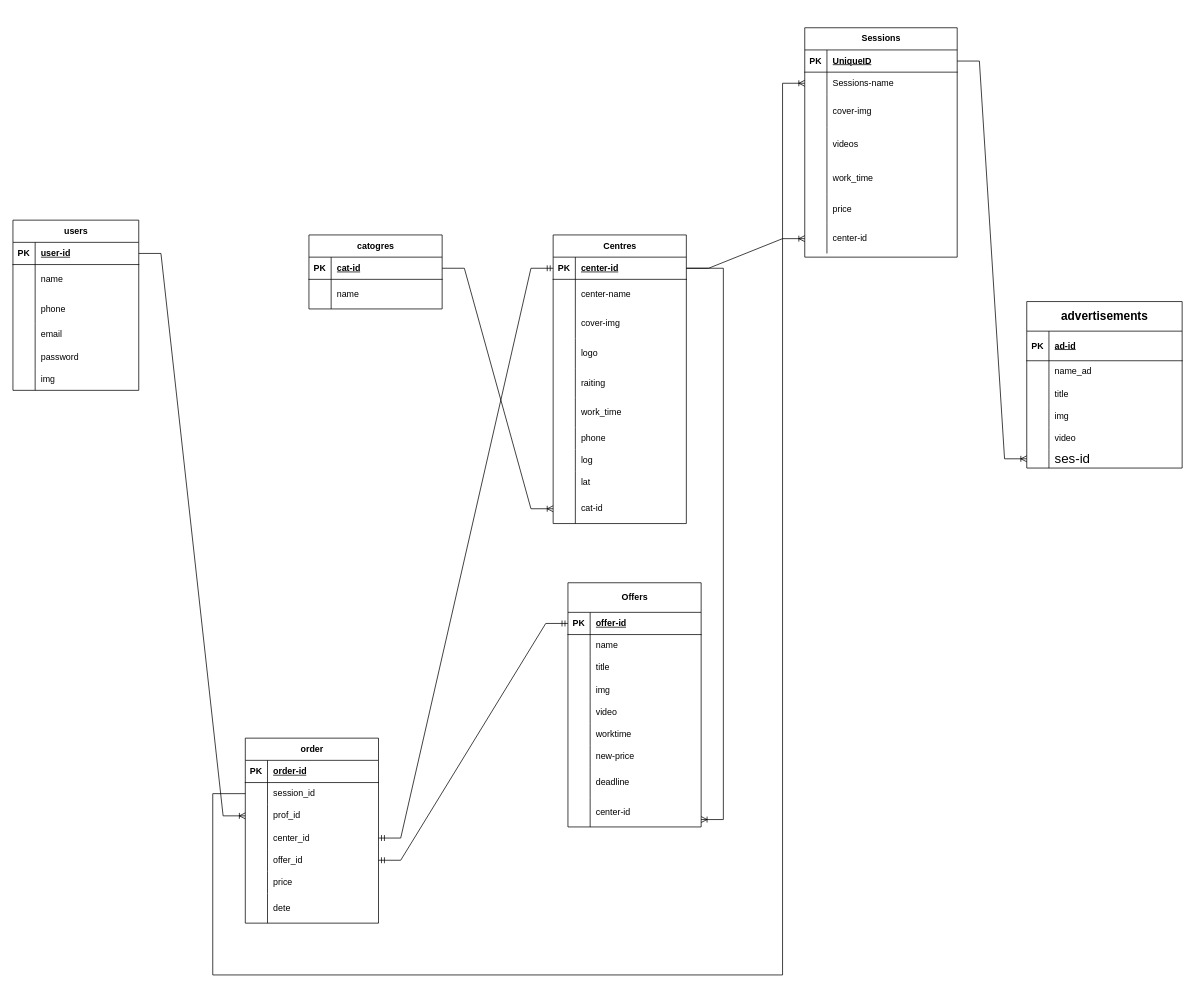
Earlier version of the draw.io diagram backend.drawio (SAFAWI0/My-Center). Source tidied: cells renumbered, new cells numbered last; positions are measured from the earlier drawing's top-left corner, leaving out a move shared by most shapes. Both pictures are drawn from the tidied source at 74%, with x=0, y=0 at pixel (13, 27).
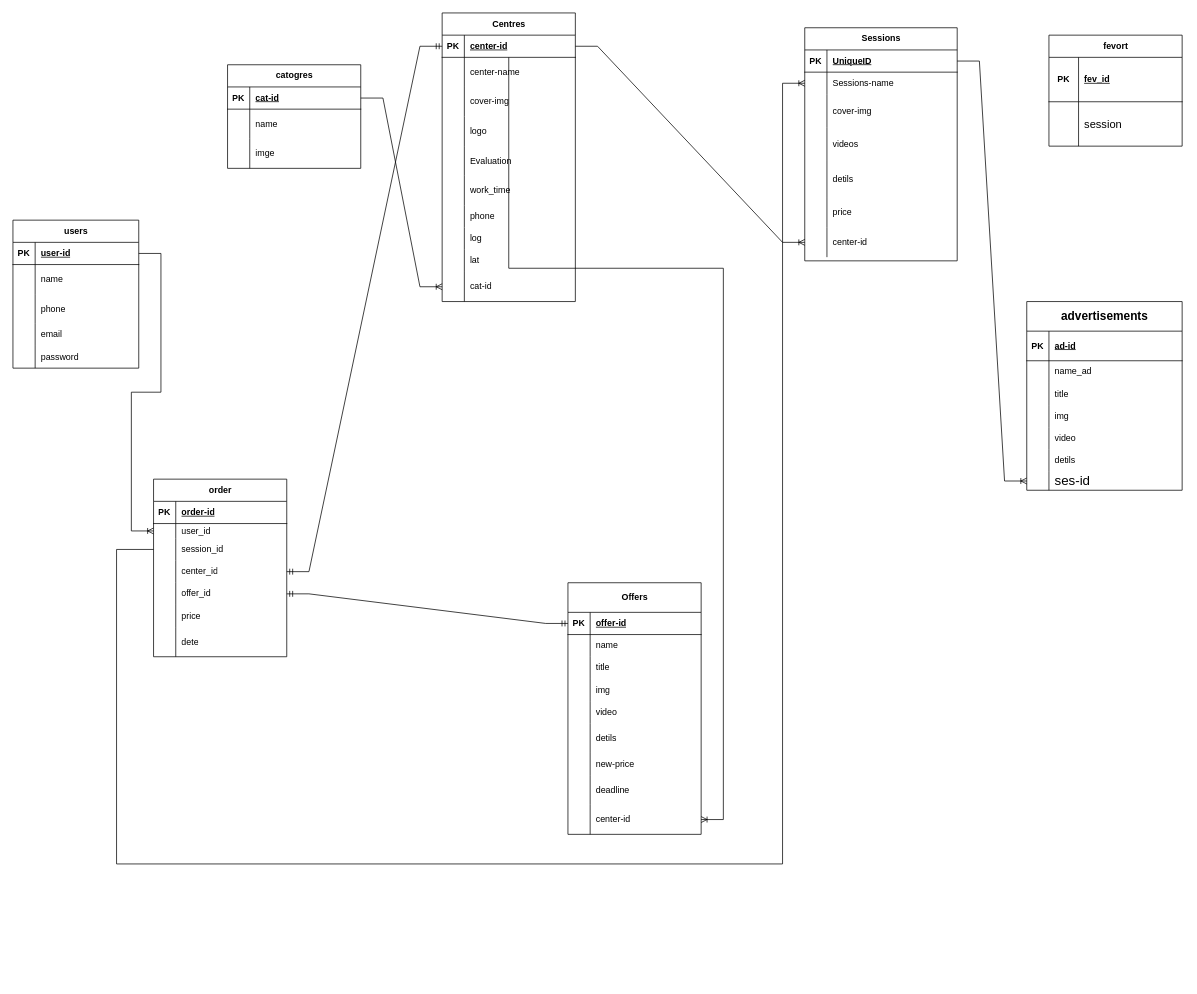
Above is the later version.

Unchanged cells that the change refers to:
```xml
<mxCell id="41" style="shape=tableRow;horizontal=0;startSize=0;swimlaneHead=0;swimlaneBody=0;fillColor=none;top=0;left=0;right=0;bottom=0;" parent="28" vertex="1">
  <mxGeometry y="180" width="180" height="40" as="geometry" />
</mxCell>
<mxCell id="63" style="shape=tableRow;horizontal=0;startSize=0;swimlaneHead=0;swimlaneBody=0;fillColor=none;points=[[0,0.5],[1,0.5]];portConstraint=eastwest;top=0;left=0;right=0;bottom=0;" parent="59" vertex="1">
  <mxGeometry y="60" width="206" height="30" as="geometry" />
</mxCell>
```

Change to the diagram source:
```diff
@@
     <mxCell id="2" value="users" style="shape=table;startSize=30;childLayout=tableLayout;rowLines=0;fontStyle=1;align=center;html=1;" parent="1" vertex="1">
-      <mxGeometry y="260" width="170" height="230" as="geometry" />
+      <mxGeometry y="260" width="170" height="200" as="geometry" />
     </mxCell>
@@
-    <mxCell id="18" style="shape=tableRow;horizontal=0;startSize=0;swimlaneHead=0;swimlaneBody=0;fillColor=none;top=0;left=0;right=0;bottom=0;" parent="2" vertex="1">
-      <mxGeometry y="200" width="170" height="30" as="geometry" />
-    </mxCell>
-    <mxCell id="19" style="shape=partialRectangle;fillColor=none;top=0;left=0;bottom=0;right=0;overflow=hidden;whiteSpace=wrap;html=1;" parent="18" vertex="1">
-      <mxGeometry width="30" height="30" as="geometry" />
-    </mxCell>
-    <mxCell id="20" value="img" style="shape=partialRectangle;fillColor=none;top=0;left=0;bottom=0;right=0;align=left;spacingLeft=6;overflow=hidden;whiteSpace=wrap;html=1;" parent="18" vertex="1">
-      <mxGeometry x="30" width="140" height="30" as="geometry" />
-    </mxCell>
     <mxCell id="21" value="catogres" style="shape=table;startSize=30;childLayout=tableLayout;rowLines=0;fontStyle=1;align=center;html=1;" parent="1" vertex="1">
-      <mxGeometry x="400" y="280" width="180" height="100" as="geometry" />
+      <mxGeometry x="290" y="50" width="180" height="140" as="geometry" />
     </mxCell>
@@
+    <mxCell id="158" style="shape=tableRow;horizontal=0;startSize=0;swimlaneHead=0;swimlaneBody=0;fillColor=none;top=0;left=0;right=0;bottom=0;" parent="21" vertex="1">
+      <mxGeometry y="100" width="180" height="40" as="geometry" />
+    </mxCell>
+    <mxCell id="159" style="shape=partialRectangle;fillColor=none;top=0;left=0;bottom=0;right=0;overflow=hidden;whiteSpace=wrap;html=1;" parent="158" vertex="1">
+      <mxGeometry width="30" height="40" as="geometry" />
+    </mxCell>
+    <mxCell id="160" value="imge" style="shape=partialRectangle;fillColor=none;top=0;left=0;bottom=0;right=0;align=left;spacingLeft=6;overflow=hidden;whiteSpace=wrap;html=1;" parent="158" vertex="1">
+      <mxGeometry x="30" width="150" height="40" as="geometry" />
+    </mxCell>
     <mxCell id="28" value="Centres" style="shape=table;startSize=30;childLayout=tableLayout;rowLines=0;fontStyle=1;align=center;html=1;" parent="1" vertex="1">
-      <mxGeometry x="730" y="280" width="180" height="390" as="geometry" />
+      <mxGeometry x="580" y="-20" width="180" height="390" as="geometry" />
     </mxCell>
@@
-    <mxCell id="43" value="raiting" style="shape=partialRectangle;fillColor=none;top=0;left=0;bottom=0;right=0;align=left;spacingLeft=6;overflow=hidden;whiteSpace=wrap;html=1;" parent="41" vertex="1">
+    <mxCell id="43" value="Evaluation" style="shape=partialRectangle;fillColor=none;top=0;left=0;bottom=0;right=0;align=left;spacingLeft=6;overflow=hidden;whiteSpace=wrap;html=1;" parent="41" vertex="1">
       <mxGeometry x="30" width="150" height="40" as="geometry" />
     </mxCell>
@@
     <mxCell id="59" value="Sessions" style="shape=table;startSize=30;childLayout=tableLayout;rowLines=0;fontStyle=1;align=center;html=1;" parent="1" vertex="1">
-      <mxGeometry x="1070" width="206" height="310" as="geometry" />
+      <mxGeometry x="1070" width="206" height="315" as="geometry" />
     </mxCell>
@@
     <mxCell id="72" style="shape=tableRow;horizontal=0;startSize=0;swimlaneHead=0;swimlaneBody=0;fillColor=none;top=0;left=0;right=0;bottom=0;" parent="59" vertex="1">
-      <mxGeometry y="180" width="206" height="45" as="geometry" />
+      <mxGeometry y="180" width="206" height="50" as="geometry" />
     </mxCell>
     <mxCell id="73" style="shape=partialRectangle;fillColor=none;top=0;left=0;bottom=0;right=0;overflow=hidden;whiteSpace=wrap;html=1;" parent="72" vertex="1">
-      <mxGeometry width="30" height="45" as="geometry" />
+      <mxGeometry width="30" height="50" as="geometry" />
     </mxCell>
-    <mxCell id="74" value="work_time" style="shape=partialRectangle;fillColor=none;top=0;left=0;bottom=0;right=0;align=left;spacingLeft=6;overflow=hidden;whiteSpace=wrap;html=1;" parent="72" vertex="1">
-      <mxGeometry x="30" width="176" height="45" as="geometry" />
+    <mxCell id="74" value="detils" style="shape=partialRectangle;fillColor=none;top=0;left=0;bottom=0;right=0;align=left;spacingLeft=6;overflow=hidden;whiteSpace=wrap;html=1;" parent="72" vertex="1">
+      <mxGeometry x="30" width="176" height="50" as="geometry" />
     </mxCell>
     <mxCell id="75" style="shape=tableRow;horizontal=0;startSize=0;swimlaneHead=0;swimlaneBody=0;fillColor=none;top=0;left=0;right=0;bottom=0;" parent="59" vertex="1">
-      <mxGeometry y="225" width="206" height="40" as="geometry" />
+      <mxGeometry y="230" width="206" height="40" as="geometry" />
     </mxCell>
@@
     <mxCell id="78" style="shape=tableRow;horizontal=0;startSize=0;swimlaneHead=0;swimlaneBody=0;fillColor=none;points=[[0,0.5],[1,0.5]];portConstraint=eastwest;top=0;left=0;right=0;bottom=0;" parent="59" vertex="1">
-      <mxGeometry y="265" width="206" height="40" as="geometry" />
+      <mxGeometry y="270" width="206" height="40" as="geometry" />
     </mxCell>
@@
     <mxCell id="81" value="order" style="shape=table;startSize=30;childLayout=tableLayout;rowLines=0;fontStyle=1;align=center;html=1;" parent="1" vertex="1">
-      <mxGeometry x="314" y="960" width="180" height="250" as="geometry" />
+      <mxGeometry x="190" y="610" width="180" height="240" as="geometry" />
     </mxCell>
@@
+    <mxCell id="88" style="shape=tableRow;horizontal=0;startSize=0;swimlaneHead=0;swimlaneBody=0;fillColor=none;points=[[0,0.5],[1,0.5]];portConstraint=eastwest;top=0;left=0;right=0;bottom=0;" parent="81" vertex="1">
+      <mxGeometry y="60" width="180" height="20" as="geometry" />
+    </mxCell>
+    <mxCell id="89" style="shape=partialRectangle;fillColor=none;top=0;left=0;bottom=0;right=0;overflow=hidden;whiteSpace=wrap;html=1;" parent="88" vertex="1">
+      <mxGeometry width="30" height="20" as="geometry" />
+    </mxCell>
+    <mxCell id="90" value="user_id" style="shape=partialRectangle;fillColor=none;top=0;left=0;bottom=0;right=0;align=left;spacingLeft=6;overflow=hidden;whiteSpace=wrap;html=1;" parent="88" vertex="1">
+      <mxGeometry x="30" width="150" height="20" as="geometry" />
+    </mxCell>
     <mxCell id="85" style="shape=tableRow;horizontal=0;startSize=0;swimlaneHead=0;swimlaneBody=0;fillColor=none;points=[[0,0.5],[1,0.5]];portConstraint=eastwest;top=0;left=0;right=0;bottom=0;" parent="81" vertex="1">
-      <mxGeometry y="60" width="180" height="30" as="geometry" />
+      <mxGeometry y="80" width="180" height="30" as="geometry" />
     </mxCell>
@@
-    <mxCell id="88" style="shape=tableRow;horizontal=0;startSize=0;swimlaneHead=0;swimlaneBody=0;fillColor=none;points=[[0,0.5],[1,0.5]];portConstraint=eastwest;top=0;left=0;right=0;bottom=0;" parent="81" vertex="1">
-      <mxGeometry y="90" width="180" height="30" as="geometry" />
-    </mxCell>
-    <mxCell id="89" style="shape=partialRectangle;fillColor=none;top=0;left=0;bottom=0;right=0;overflow=hidden;whiteSpace=wrap;html=1;" parent="88" vertex="1">
-      <mxGeometry width="30" height="30" as="geometry" />
-    </mxCell>
-    <mxCell id="90" value="prof_id" style="shape=partialRectangle;fillColor=none;top=0;left=0;bottom=0;right=0;align=left;spacingLeft=6;overflow=hidden;whiteSpace=wrap;html=1;" parent="88" vertex="1">
-      <mxGeometry x="30" width="150" height="30" as="geometry" />
-    </mxCell>
     <mxCell id="91" style="shape=tableRow;horizontal=0;startSize=0;swimlaneHead=0;swimlaneBody=0;fillColor=none;points=[[0,0.5],[1,0.5]];portConstraint=eastwest;top=0;left=0;right=0;bottom=0;" parent="81" vertex="1">
-      <mxGeometry y="120" width="180" height="30" as="geometry" />
+      <mxGeometry y="110" width="180" height="30" as="geometry" />
     </mxCell>
@@
     <mxCell id="94" style="shape=tableRow;horizontal=0;startSize=0;swimlaneHead=0;swimlaneBody=0;fillColor=none;points=[[0,0.5],[1,0.5]];portConstraint=eastwest;top=0;left=0;right=0;bottom=0;" parent="81" vertex="1">
-      <mxGeometry y="150" width="180" height="30" as="geometry" />
+      <mxGeometry y="140" width="180" height="30" as="geometry" />
     </mxCell>
@@
     <mxCell id="97" style="shape=tableRow;horizontal=0;startSize=0;swimlaneHead=0;swimlaneBody=0;fillColor=none;top=0;left=0;right=0;bottom=0;" parent="81" vertex="1">
-      <mxGeometry y="180" width="180" height="30" as="geometry" />
+      <mxGeometry y="170" width="180" height="30" as="geometry" />
     </mxCell>
@@
     <mxCell id="100" style="shape=tableRow;horizontal=0;startSize=0;swimlaneHead=0;swimlaneBody=0;fillColor=none;top=0;left=0;right=0;bottom=0;" parent="81" vertex="1">
-      <mxGeometry y="210" width="180" height="40" as="geometry" />
+      <mxGeometry y="200" width="180" height="40" as="geometry" />
     </mxCell>
@@
     <mxCell id="104" value="Offers" style="shape=table;startSize=40;childLayout=tableLayout;rowLines=0;fontStyle=1;align=center;html=1;" parent="1" vertex="1">
-      <mxGeometry x="750" y="750" width="180" height="330" as="geometry" />
+      <mxGeometry x="750" y="750" width="180" height="340" as="geometry" />
     </mxCell>
@@
     <mxCell id="120" style="shape=tableRow;horizontal=0;startSize=0;swimlaneHead=0;swimlaneBody=0;fillColor=none;top=0;left=0;right=0;bottom=0;" parent="104" vertex="1">
-      <mxGeometry y="190" width="180" height="30" as="geometry" />
+      <mxGeometry y="190" width="180" height="40" as="geometry" />
     </mxCell>
     <mxCell id="121" style="shape=partialRectangle;fillColor=none;top=0;left=0;bottom=0;right=0;overflow=hidden;whiteSpace=wrap;html=1;" parent="120" vertex="1">
-      <mxGeometry width="30" height="30" as="geometry" />
+      <mxGeometry width="30" height="40" as="geometry" />
     </mxCell>
-    <mxCell id="122" value="worktime" style="shape=partialRectangle;fillColor=none;top=0;left=0;bottom=0;right=0;align=left;spacingLeft=6;overflow=hidden;whiteSpace=wrap;html=1;" parent="120" vertex="1">
-      <mxGeometry x="30" width="150" height="30" as="geometry" />
+    <mxCell id="122" value="detils" style="shape=partialRectangle;fillColor=none;top=0;left=0;bottom=0;right=0;align=left;spacingLeft=6;overflow=hidden;whiteSpace=wrap;html=1;" parent="120" vertex="1">
+      <mxGeometry x="30" width="150" height="40" as="geometry" />
     </mxCell>
     <mxCell id="123" style="shape=tableRow;horizontal=0;startSize=0;swimlaneHead=0;swimlaneBody=0;fillColor=none;top=0;left=0;right=0;bottom=0;" parent="104" vertex="1">
-      <mxGeometry y="220" width="180" height="30" as="geometry" />
+      <mxGeometry y="230" width="180" height="30" as="geometry" />
     </mxCell>
@@
     <mxCell id="126" style="shape=tableRow;horizontal=0;startSize=0;swimlaneHead=0;swimlaneBody=0;fillColor=none;top=0;left=0;right=0;bottom=0;" parent="104" vertex="1">
-      <mxGeometry y="250" width="180" height="40" as="geometry" />
+      <mxGeometry y="260" width="180" height="40" as="geometry" />
     </mxCell>
@@
     <mxCell id="129" style="shape=tableRow;horizontal=0;startSize=0;swimlaneHead=0;swimlaneBody=0;fillColor=none;points=[[0,0.5],[1,0.5]];portConstraint=eastwest;top=0;left=0;right=0;bottom=0;" parent="104" vertex="1">
-      <mxGeometry y="290" width="180" height="40" as="geometry" />
+      <mxGeometry y="300" width="180" height="40" as="geometry" />
     </mxCell>
@@
     <mxCell id="133" value="&lt;font style=&quot;font-size: 16px;&quot;&gt;advertisements&lt;/font&gt;" style="shape=table;startSize=40;childLayout=tableLayout;rowLines=0;fontStyle=1;align=center;html=1;" parent="1" vertex="1">
-      <mxGeometry x="1370" y="370" width="210" height="225" as="geometry" />
+      <mxGeometry x="1370" y="370" width="210" height="255" as="geometry" />
     </mxCell>
@@
+    <mxCell id="161" style="shape=tableRow;horizontal=0;startSize=0;swimlaneHead=0;swimlaneBody=0;fillColor=none;top=0;left=0;right=0;bottom=0;" parent="133" vertex="1">
+      <mxGeometry y="200" width="210" height="30" as="geometry" />
+    </mxCell>
+    <mxCell id="19" style="shape=partialRectangle;fillColor=none;top=0;left=0;bottom=0;right=0;overflow=hidden;whiteSpace=wrap;html=1;" parent="161" vertex="1">
+      <mxGeometry width="30" height="30" as="geometry" />
+    </mxCell>
+    <mxCell id="162" value="detils" style="shape=partialRectangle;fillColor=none;top=0;left=0;bottom=0;right=0;align=left;spacingLeft=6;overflow=hidden;whiteSpace=wrap;html=1;" parent="161" vertex="1">
+      <mxGeometry x="30" width="180" height="30" as="geometry" />
+    </mxCell>
     <mxCell id="149" style="shape=tableRow;horizontal=0;startSize=0;swimlaneHead=0;swimlaneBody=0;fillColor=none;points=[[0,0.5],[1,0.5]];portConstraint=eastwest;top=0;left=0;right=0;bottom=0;" parent="133" vertex="1">
-      <mxGeometry y="200" width="210" height="25" as="geometry" />
+      <mxGeometry y="230" width="210" height="25" as="geometry" />
     </mxCell>
@@
     <mxCell id="156" style="edgeStyle=orthogonalEdgeStyle;fontSize=12;html=1;endArrow=ERoneToMany;rounded=0;elbow=vertical;" parent="1" edge="1" source="85" target="63">
       <mxGeometry relative="1" as="geometry">
         <Array as="points">
-          <mxPoint x="270" y="1035" />
-          <mxPoint x="270" y="1280" />
-          <mxPoint x="1040" y="1280" />
+          <mxPoint x="140" y="705" />
+          <mxPoint x="140" y="1130" />
+          <mxPoint x="1040" y="1130" />
           <mxPoint x="1040" y="75" />
         </Array>
       </mxGeometry>
     </mxCell>
@@
+    <mxCell id="163" value="fevort" style="shape=table;startSize=30;childLayout=tableLayout;rowLines=0;fontStyle=1;align=center;html=1;" parent="1" vertex="1">
+      <mxGeometry x="1400" y="10" width="180" height="150" as="geometry" />
+    </mxCell>
+    <mxCell id="164" style="shape=tableRow;horizontal=0;startSize=0;swimlaneHead=0;swimlaneBody=0;fillColor=none;top=0;left=0;right=0;bottom=1;" parent="163" vertex="1">
+      <mxGeometry y="30" width="180" height="60" as="geometry" />
+    </mxCell>
+    <mxCell id="165" value="PK" style="shape=partialRectangle;fillColor=none;top=0;left=0;bottom=0;right=0;fontStyle=1;overflow=hidden;whiteSpace=wrap;html=1;" parent="164" vertex="1">
+      <mxGeometry width="40" height="60" as="geometry" />
+    </mxCell>
+    <mxCell id="166" value="fev_id" style="shape=partialRectangle;fillColor=none;top=0;left=0;bottom=0;right=0;align=left;spacingLeft=6;fontStyle=5;overflow=hidden;whiteSpace=wrap;html=1;" parent="164" vertex="1">
+      <mxGeometry x="40" width="140" height="60" as="geometry" />
+    </mxCell>
+    <mxCell id="167" style="shape=tableRow;horizontal=0;startSize=0;swimlaneHead=0;swimlaneBody=0;fillColor=none;top=0;left=0;right=0;bottom=0;strokeWidth=3;perimeterSpacing=1;" parent="163" vertex="1">
+      <mxGeometry y="90" width="180" height="60" as="geometry" />
+    </mxCell>
+    <mxCell id="168" style="shape=partialRectangle;fillColor=none;top=0;left=0;bottom=0;right=0;overflow=hidden;whiteSpace=wrap;html=1;" parent="167" vertex="1">
+      <mxGeometry width="40" height="60" as="geometry" />
+    </mxCell>
+    <mxCell id="169" value="&lt;font style=&quot;font-size: 15px;&quot;&gt;session&lt;/font&gt;" style="shape=partialRectangle;fillColor=none;top=0;left=0;bottom=0;right=0;align=left;spacingLeft=6;overflow=hidden;whiteSpace=wrap;html=1;strokeWidth=6;" parent="167" vertex="1">
+      <mxGeometry x="40" width="140" height="60" as="geometry" />
+    </mxCell>
```
